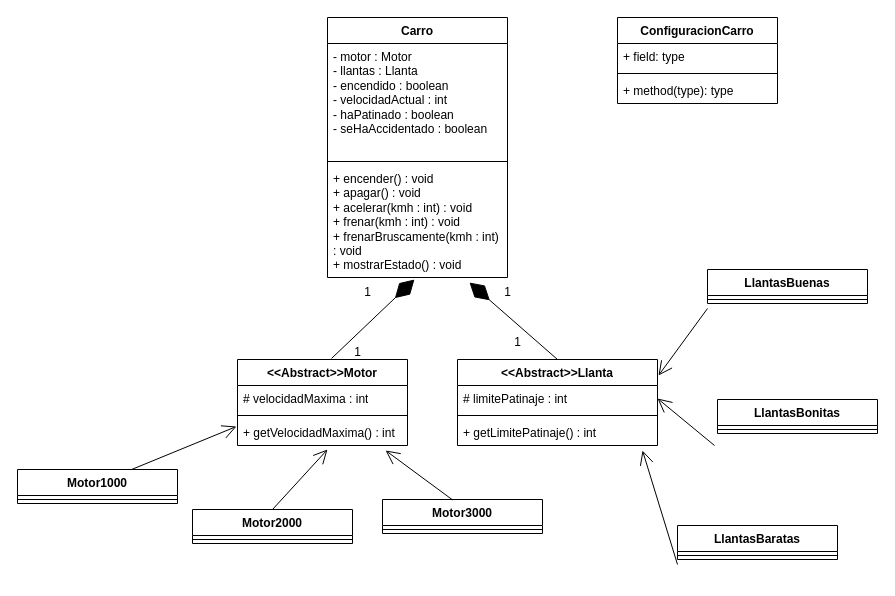
JDPinillaa/simuladorVehiculo keeps this draw.io diagram as simuladorDeVehiculo/SimuladorCarro.drawio. Above is the earlier version. Source tidied: cells renumbered, new cells numbered last; positions are measured from the earlier drawing's top-left corner, leaving out a move shared by most shapes. Both pictures are drawn from the tidied source at 100%, with x=0, y=0 at pixel (17, 17).
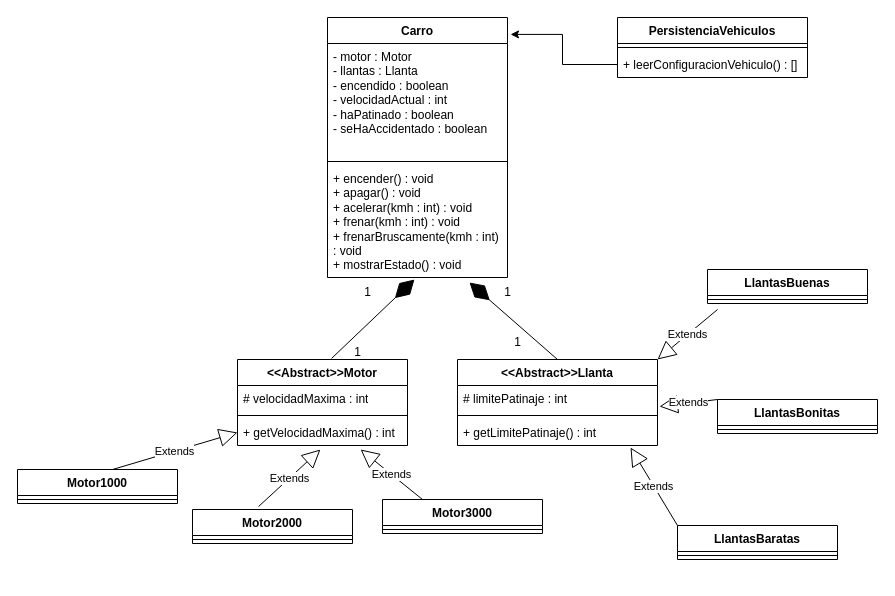
After the change.

Commit message:
Diagrama de clases ligeramente modificado

Unchanged cells that the change refers to:
```xml
<mxCell id="2" value="Carro" style="swimlane;fontStyle=1;align=center;verticalAlign=top;horizontal=1;startSize=26;whiteSpace=wrap;html=1;" parent="1" vertex="1">
  <mxGeometry x="310" width="180" height="260" as="geometry" />
</mxCell>
<mxCell id="9" value="+ getVelocidadMaxima() : int" style="text;strokeColor=none;fillColor=none;align=left;verticalAlign=top;spacingLeft=4;spacingRight=4;overflow=hidden;points=[[0,0.5],[1,0.5]];portConstraint=eastwest;whiteSpace=wrap;html=1;" parent="6" vertex="1">
  <mxGeometry y="60" width="170" height="26" as="geometry" />
</mxCell>
<mxCell id="13" value="&amp;lt;&amp;lt;Abstract&amp;gt;&amp;gt;&lt;span style=&quot;background-color: transparent; color: light-dark(rgb(0, 0, 0), rgb(255, 255, 255));&quot;&gt;Llanta&lt;/span&gt;" style="swimlane;fontStyle=1;align=center;verticalAlign=top;horizontal=1;startSize=26;whiteSpace=wrap;html=1;" parent="1" vertex="1">
  <mxGeometry x="440" y="342" width="200" height="86" as="geometry" />
</mxCell>
<mxCell id="14" value="# limitePatinaje : int" style="text;strokeColor=none;fillColor=none;align=left;verticalAlign=top;spacingLeft=4;spacingRight=4;overflow=hidden;points=[[0,0.5],[1,0.5]];portConstraint=eastwest;whiteSpace=wrap;html=1;" parent="13" vertex="1">
  <mxGeometry y="26" width="200" height="26" as="geometry" />
</mxCell>
<mxCell id="16" value="+ getLimitePatinaje() : int" style="text;strokeColor=none;fillColor=none;align=left;verticalAlign=top;spacingLeft=4;spacingRight=4;overflow=hidden;points=[[0,0.5],[1,0.5]];portConstraint=eastwest;whiteSpace=wrap;html=1;" parent="13" vertex="1">
  <mxGeometry y="60" width="200" height="26" as="geometry" />
</mxCell>
<mxCell id="20" value="Motor1000" style="swimlane;fontStyle=1;align=center;verticalAlign=top;horizontal=1;startSize=26;whiteSpace=wrap;html=1;" parent="1" vertex="1">
  <mxGeometry y="452" width="160" height="34" as="geometry" />
</mxCell>
<mxCell id="22" value="Motor2000" style="swimlane;fontStyle=1;align=center;verticalAlign=top;horizontal=1;startSize=26;whiteSpace=wrap;html=1;" parent="1" vertex="1">
  <mxGeometry x="175" y="492" width="160" height="34" as="geometry" />
</mxCell>
<mxCell id="24" value="Motor3000" style="swimlane;fontStyle=1;align=center;verticalAlign=top;horizontal=1;startSize=26;whiteSpace=wrap;html=1;" parent="1" vertex="1">
  <mxGeometry x="365" y="482" width="160" height="34" as="geometry" />
</mxCell>
<mxCell id="30" style="line;strokeWidth=1;fillColor=none;align=left;verticalAlign=middle;spacingTop=-1;spacingLeft=3;spacingRight=3;labelPosition=right;points=[];portConstraint=eastwest;strokeColor=inherit;" parent="29" vertex="1">
  <mxGeometry y="26" width="160" height="8" as="geometry" />
</mxCell>
<mxCell id="31" value="LlantasBonitas" style="swimlane;fontStyle=1;align=center;verticalAlign=top;horizontal=1;startSize=26;whiteSpace=wrap;html=1;" parent="1" vertex="1">
  <mxGeometry x="700" y="382" width="160" height="34" as="geometry" />
</mxCell>
<mxCell id="33" value="LlantasBaratas" style="swimlane;fontStyle=1;align=center;verticalAlign=top;horizontal=1;startSize=26;whiteSpace=wrap;html=1;" parent="1" vertex="1">
  <mxGeometry x="660" y="508" width="160" height="34" as="geometry" />
</mxCell>
```

Diff of the diagram source:
```diff
@@
-    <mxCell id="26" style="endArrow=open;endFill=1;endSize=12;html=1;rounded=0;exitX=0.713;exitY=0;exitDx=0;exitDy=0;exitPerimeter=0;entryX=-0.006;entryY=0.269;entryDx=0;entryDy=0;entryPerimeter=0;" parent="1" edge="1" source="20" target="9">
-      <mxGeometry relative="1" as="geometry" />
-    </mxCell>
-    <mxCell id="27" style="endArrow=open;endFill=1;endSize=12;html=1;rounded=0;exitX=0.5;exitY=0;exitDx=0;exitDy=0;" parent="1" edge="1" source="22">
-      <mxGeometry relative="1" as="geometry">
-        <mxPoint x="310" y="432" as="targetPoint" />
-      </mxGeometry>
-    </mxCell>
-    <mxCell id="28" style="endArrow=open;endFill=1;endSize=12;html=1;rounded=0;exitX=0.438;exitY=0.012;exitDx=0;exitDy=0;exitPerimeter=0;entryX=0.871;entryY=1.192;entryDx=0;entryDy=0;entryPerimeter=0;" parent="1" edge="1" source="24" target="9">
-      <mxGeometry relative="1" as="geometry" />
-    </mxCell>
@@
-    <mxCell id="35" style="endArrow=open;endFill=1;endSize=12;html=1;rounded=0;exitX=0;exitY=0.5;exitDx=0;exitDy=0;entryX=1.005;entryY=0.186;entryDx=0;entryDy=0;entryPerimeter=0;" parent="1" edge="1" target="13">
-      <mxGeometry relative="1" as="geometry">
-        <mxPoint x="690" y="291" as="sourcePoint" />
-      </mxGeometry>
-    </mxCell>
-    <mxCell id="36" style="endArrow=open;endFill=1;endSize=12;html=1;rounded=0;exitX=-0.019;exitY=0.769;exitDx=0;exitDy=0;exitPerimeter=0;entryX=1;entryY=0.5;entryDx=0;entryDy=0;" parent="1" edge="1" target="14">
-      <mxGeometry relative="1" as="geometry">
-        <mxPoint x="697" y="428" as="sourcePoint" />
-      </mxGeometry>
-    </mxCell>
-    <mxCell id="37" style="endArrow=open;endFill=1;endSize=12;html=1;rounded=0;exitX=0;exitY=0.5;exitDx=0;exitDy=0;entryX=0.925;entryY=1.192;entryDx=0;entryDy=0;entryPerimeter=0;" parent="1" edge="1" target="16">
-      <mxGeometry relative="1" as="geometry">
-        <mxPoint x="660" y="547" as="sourcePoint" />
-      </mxGeometry>
-    </mxCell>
-    <mxCell id="38" value="ConfiguracionCarro" style="swimlane;fontStyle=1;align=center;verticalAlign=top;horizontal=1;startSize=26;whiteSpace=wrap;html=1;" parent="1" vertex="1">
-      <mxGeometry x="600" width="160" height="86" as="geometry" />
+    <mxCell id="38" value="PersistenciaVehiculos" style="swimlane;fontStyle=1;align=center;verticalAlign=top;horizontal=1;startSize=26;whiteSpace=wrap;html=1;" parent="1" vertex="1">
+      <mxGeometry x="600" width="190" height="60" as="geometry" />
     </mxCell>
-    <mxCell id="39" value="+ field: type" style="text;strokeColor=none;fillColor=none;align=left;verticalAlign=top;spacingLeft=4;spacingRight=4;overflow=hidden;whiteSpace=wrap;html=1;" parent="38" vertex="1">
-      <mxGeometry y="26" width="160" height="26" as="geometry" />
-    </mxCell>
     <mxCell id="40" style="line;strokeWidth=1;fillColor=none;align=left;verticalAlign=middle;spacingTop=-1;spacingLeft=3;spacingRight=3;labelPosition=right;strokeColor=inherit;" parent="38" vertex="1">
-      <mxGeometry y="52" width="160" height="8" as="geometry" />
+      <mxGeometry y="26" width="190" height="8" as="geometry" />
     </mxCell>
-    <mxCell id="41" value="+ method(type): type" style="text;strokeColor=none;fillColor=none;align=left;verticalAlign=top;spacingLeft=4;spacingRight=4;overflow=hidden;points=[[0,0.5],[1,0.5]];portConstraint=eastwest;whiteSpace=wrap;html=1;" parent="38" vertex="1">
-      <mxGeometry y="60" width="160" height="26" as="geometry" />
+    <mxCell id="41" value="+ leerConfiguracionVehiculo() : []" style="text;strokeColor=none;fillColor=none;align=left;verticalAlign=top;spacingLeft=4;spacingRight=4;overflow=hidden;points=[[0,0.5],[1,0.5]];portConstraint=eastwest;whiteSpace=wrap;html=1;" parent="38" vertex="1">
+      <mxGeometry y="34" width="190" height="26" as="geometry" />
     </mxCell>
+    <mxCell id="42" style="edgeStyle=orthogonalEdgeStyle;rounded=0;jettySize=auto;html=1;entryX=1.017;entryY=0.065;entryDx=0;entryDy=0;entryPerimeter=0;" parent="1" edge="1" source="41" target="2">
+      <mxGeometry relative="1" as="geometry" />
+    </mxCell>
+    <mxCell id="26" value="Extends" style="endArrow=block;endSize=16;endFill=0;html=1;rounded=0;exitX=0.594;exitY=0;exitDx=0;exitDy=0;exitPerimeter=0;entryX=0;entryY=0.5;entryDx=0;entryDy=0;" parent="1" edge="1" source="20" target="9">
+      <mxGeometry relative="1" as="geometry" />
+    </mxCell>
+    <mxCell id="43" value="Extends" style="endArrow=block;endSize=16;endFill=0;html=1;rounded=0;exitX=0.413;exitY=-0.088;exitDx=0;exitDy=0;exitPerimeter=0;entryX=0.488;entryY=1.154;entryDx=0;entryDy=0;entryPerimeter=0;" parent="1" edge="1" source="22" target="9">
+      <mxGeometry relative="1" as="geometry" />
+    </mxCell>
+    <mxCell id="28" value="Extends" style="endArrow=block;endSize=16;endFill=0;html=1;rounded=0;exitX=0.25;exitY=0;exitDx=0;exitDy=0;entryX=0.724;entryY=1.154;entryDx=0;entryDy=0;entryPerimeter=0;" parent="1" edge="1" source="24" target="9">
+      <mxGeometry relative="1" as="geometry" />
+    </mxCell>
+    <mxCell id="44" value="Extends" style="endArrow=block;endSize=16;endFill=0;html=1;rounded=0;exitX=0;exitY=0;exitDx=0;exitDy=0;entryX=0.865;entryY=1.077;entryDx=0;entryDy=0;entryPerimeter=0;" parent="1" edge="1" source="33" target="16">
+      <mxGeometry relative="1" as="geometry" />
+    </mxCell>
+    <mxCell id="45" value="Extends" style="endArrow=block;endSize=16;endFill=0;html=1;rounded=0;exitX=0;exitY=0;exitDx=0;exitDy=0;entryX=1.01;entryY=0.808;entryDx=0;entryDy=0;entryPerimeter=0;" parent="1" edge="1" source="31" target="14">
+      <mxGeometry relative="1" as="geometry" />
+    </mxCell>
+    <mxCell id="46" value="Extends" style="endArrow=block;endSize=16;endFill=0;html=1;rounded=0;exitX=0.063;exitY=1.75;exitDx=0;exitDy=0;exitPerimeter=0;entryX=1;entryY=0;entryDx=0;entryDy=0;" parent="1" edge="1" source="30" target="13">
+      <mxGeometry relative="1" as="geometry" />
+    </mxCell>
```
